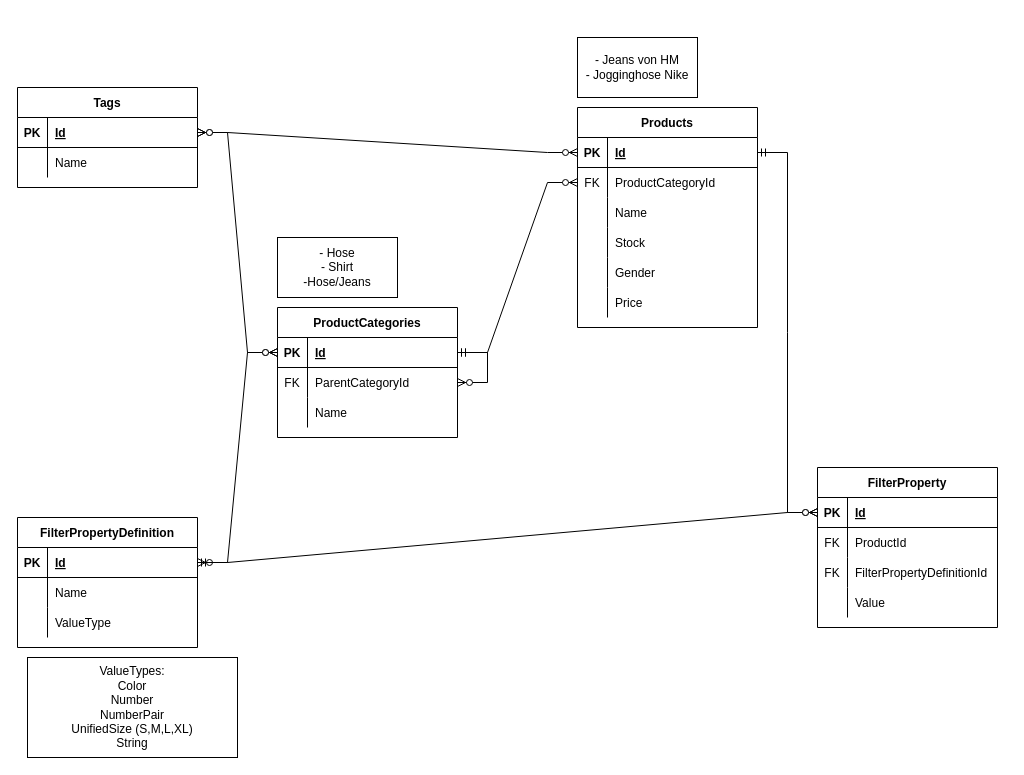
The draw.io diagram documentation/catalogue-service er diagram.drawio in deelk00/gca-project, before the edit. Source tidied: cells renumbered, new cells numbered last; positions are measured from the earlier drawing's top-left corner, leaving out a move shared by most shapes. Both pictures are drawn from the tidied source at 100%, with x=0, y=0 at pixel (17, 37).
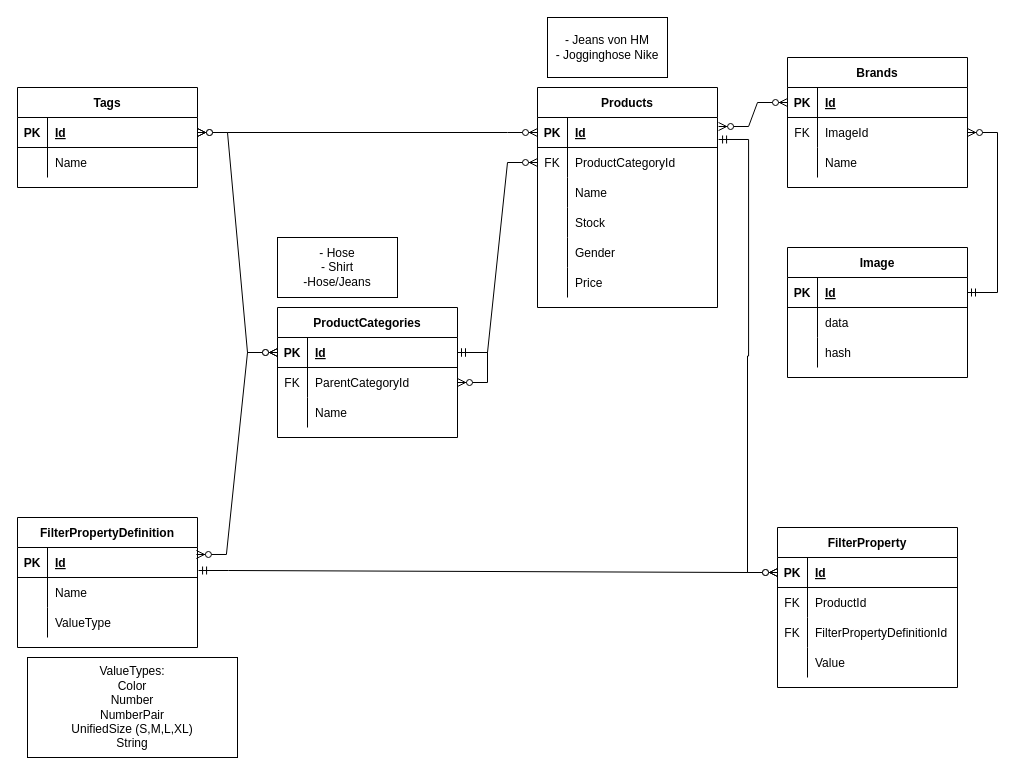
After the change.

The change refers to these unchanged cells:
```xml
<mxCell id="3" style="shape=tableRow;horizontal=0;startSize=0;swimlaneHead=0;swimlaneBody=0;fillColor=none;points=[[0,0.5],[1,0.5]];portConstraint=eastwest;top=0;left=0;right=0;bottom=1;" parent="2" vertex="1">
  <mxGeometry y="30" width="180" height="30" as="geometry" />
</mxCell>
<mxCell id="22" style="shape=tableRow;horizontal=0;startSize=0;swimlaneHead=0;swimlaneBody=0;fillColor=none;points=[[0,0.5],[1,0.5]];portConstraint=eastwest;top=0;left=0;right=0;bottom=1;" parent="21" vertex="1">
  <mxGeometry y="30" width="180" height="30" as="geometry" />
</mxCell>
<mxCell id="36" style="shape=tableRow;horizontal=0;startSize=0;swimlaneHead=0;swimlaneBody=0;fillColor=none;points=[[0,0.5],[1,0.5]];portConstraint=eastwest;top=0;left=0;right=0;bottom=1;" parent="35" vertex="1">
  <mxGeometry y="30" width="180" height="30" as="geometry" />
</mxCell>
<mxCell id="57" style="shape=tableRow;horizontal=0;startSize=0;swimlaneHead=0;swimlaneBody=0;fillColor=none;points=[[0,0.5],[1,0.5]];portConstraint=eastwest;top=0;left=0;right=0;bottom=1;" parent="56" vertex="1">
  <mxGeometry y="30" width="180" height="30" as="geometry" />
</mxCell>
```

Change to the diagram source:
```diff
@@
     <mxCell id="2" value="Products" style="shape=table;startSize=30;childLayout=tableLayout;rowLines=0;fontStyle=1;align=center;" parent="1" vertex="1">
-      <mxGeometry x="560" y="70" width="180" height="220" as="geometry" />
+      <mxGeometry x="520" y="50" width="180" height="220" as="geometry" />
     </mxCell>
@@
     <mxCell id="33" value="- Jeans von HM&lt;br&gt;- Jogginghose Nike" style="rounded=0;whiteSpace=wrap;html=1;" parent="1" vertex="1">
-      <mxGeometry x="560" width="120" height="60" as="geometry" />
+      <mxGeometry x="530" y="-20" width="120" height="60" as="geometry" />
     </mxCell>
@@
-    <mxCell id="55" style="edgeStyle=entityRelationEdgeStyle;fontSize=12;html=1;endArrow=ERzeroToMany;endFill=1;startArrow=ERzeroToMany;rounded=0;" parent="1" edge="1" source="36" target="22">
+    <mxCell id="55" style="edgeStyle=entityRelationEdgeStyle;fontSize=12;html=1;endArrow=ERzeroToMany;endFill=1;startArrow=ERzeroToMany;rounded=0;exitX=0.994;exitY=0.233;exitDx=0;exitDy=0;exitPerimeter=0;" parent="1" edge="1" source="36" target="22">
       <mxGeometry relative="1" as="geometry" />
     </mxCell>
     <mxCell id="56" value="FilterProperty" style="shape=table;startSize=30;childLayout=tableLayout;rowLines=0;fontStyle=1;align=center;" parent="1" vertex="1">
-      <mxGeometry x="800" y="430" width="180" height="160" as="geometry" />
+      <mxGeometry x="760" y="490" width="180" height="160" as="geometry" />
     </mxCell>
@@
-    <mxCell id="69" style="edgeStyle=entityRelationEdgeStyle;fontSize=12;html=1;endArrow=ERzeroToMany;startArrow=ERmandOne;rounded=0;" parent="1" edge="1" source="36" target="57">
+    <mxCell id="69" style="edgeStyle=entityRelationEdgeStyle;fontSize=12;html=1;endArrow=ERzeroToMany;startArrow=ERmandOne;rounded=0;exitX=1.006;exitY=0.767;exitDx=0;exitDy=0;exitPerimeter=0;" parent="1" edge="1" source="36" target="57">
       <mxGeometry relative="1" as="geometry" />
     </mxCell>
-    <mxCell id="70" style="edgeStyle=entityRelationEdgeStyle;fontSize=12;html=1;endArrow=ERzeroToMany;startArrow=ERmandOne;rounded=0;" parent="1" edge="1" source="3" target="57">
+    <mxCell id="70" style="edgeStyle=entityRelationEdgeStyle;fontSize=12;html=1;endArrow=ERzeroToMany;startArrow=ERmandOne;rounded=0;exitX=1.006;exitY=0.733;exitDx=0;exitDy=0;exitPerimeter=0;" parent="1" edge="1" source="3" target="57">
       <mxGeometry relative="1" as="geometry" />
     </mxCell>
+    <mxCell id="71" value="Brands" style="shape=table;startSize=30;childLayout=tableLayout;rowLines=0;fontStyle=1;align=center;" parent="1" vertex="1">
+      <mxGeometry x="770" y="20" width="180" height="130" as="geometry" />
+    </mxCell>
+    <mxCell id="72" style="shape=partialRectangle;fillColor=none;top=0;left=0;bottom=1;right=0;points=[[0,0.5],[1,0.5]];portConstraint=eastwest;" parent="71" vertex="1">
+      <mxGeometry y="30" width="180" height="30" as="geometry" />
+    </mxCell>
+    <mxCell id="73" value="PK" style="shape=partialRectangle;fillColor=none;top=0;left=0;bottom=0;right=0;fontStyle=1;overflow=hidden;" parent="72" vertex="1">
+      <mxGeometry width="30" height="30" as="geometry" />
+    </mxCell>
+    <mxCell id="74" value="Id" style="shape=partialRectangle;fillColor=none;top=0;left=0;bottom=0;right=0;align=left;spacingLeft=6;fontStyle=5;overflow=hidden;" parent="72" vertex="1">
+      <mxGeometry x="30" width="150" height="30" as="geometry" />
+    </mxCell>
+    <mxCell id="75" style="shape=partialRectangle;fillColor=none;top=0;left=0;bottom=0;right=0;points=[[0,0.5],[1,0.5]];portConstraint=eastwest;" parent="71" vertex="1">
+      <mxGeometry y="60" width="180" height="30" as="geometry" />
+    </mxCell>
+    <mxCell id="76" value="FK" style="shape=partialRectangle;fillColor=none;top=0;left=0;bottom=0;right=0;fontStyle=0;overflow=hidden;" parent="75" vertex="1">
+      <mxGeometry width="30" height="30" as="geometry" />
+    </mxCell>
+    <mxCell id="77" value="ImageId" style="shape=partialRectangle;fillColor=none;top=0;left=0;bottom=0;right=0;align=left;spacingLeft=6;fontStyle=0;overflow=hidden;" parent="75" vertex="1">
+      <mxGeometry x="30" width="150" height="30" as="geometry" />
+    </mxCell>
+    <mxCell id="78" style="shape=partialRectangle;fillColor=none;top=0;left=0;bottom=0;right=0;" parent="71" vertex="1">
+      <mxGeometry y="90" width="180" height="30" as="geometry" />
+    </mxCell>
+    <mxCell id="79" style="shape=partialRectangle;fillColor=none;top=0;left=0;bottom=0;right=0;overflow=hidden;" parent="78" vertex="1">
+      <mxGeometry width="30" height="30" as="geometry" />
+    </mxCell>
+    <mxCell id="80" value="Name" style="shape=partialRectangle;fillColor=none;top=0;left=0;bottom=0;right=0;align=left;spacingLeft=6;overflow=hidden;" parent="78" vertex="1">
+      <mxGeometry x="30" width="150" height="30" as="geometry" />
+    </mxCell>
+    <mxCell id="81" style="edgeStyle=entityRelationEdgeStyle;fontSize=12;html=1;endArrow=ERzeroToMany;endFill=1;startArrow=ERzeroToMany;rounded=0;exitX=1.006;exitY=0.3;exitDx=0;exitDy=0;exitPerimeter=0;" parent="1" edge="1" source="3" target="72">
+      <mxGeometry relative="1" as="geometry" />
+    </mxCell>
+    <mxCell id="82" value="Image" style="shape=table;startSize=30;childLayout=tableLayout;rowLines=0;fontStyle=1;align=center;" parent="1" vertex="1">
+      <mxGeometry x="770" y="210" width="180" height="130" as="geometry" />
+    </mxCell>
+    <mxCell id="83" style="shape=partialRectangle;fillColor=none;top=0;left=0;bottom=1;right=0;points=[[0,0.5],[1,0.5]];portConstraint=eastwest;" parent="82" vertex="1">
+      <mxGeometry y="30" width="180" height="30" as="geometry" />
+    </mxCell>
+    <mxCell id="84" value="PK" style="shape=partialRectangle;fillColor=none;top=0;left=0;bottom=0;right=0;fontStyle=1;overflow=hidden;" parent="83" vertex="1">
+      <mxGeometry width="30" height="30" as="geometry" />
+    </mxCell>
+    <mxCell id="85" value="Id" style="shape=partialRectangle;fillColor=none;top=0;left=0;bottom=0;right=0;align=left;spacingLeft=6;fontStyle=5;overflow=hidden;" parent="83" vertex="1">
+      <mxGeometry x="30" width="150" height="30" as="geometry" />
+    </mxCell>
+    <mxCell id="86" style="shape=partialRectangle;fillColor=none;top=0;left=0;bottom=0;right=0;" parent="82" vertex="1">
+      <mxGeometry y="60" width="180" height="30" as="geometry" />
+    </mxCell>
+    <mxCell id="87" style="shape=partialRectangle;fillColor=none;top=0;left=0;bottom=0;right=0;overflow=hidden;" parent="86" vertex="1">
+      <mxGeometry width="30" height="30" as="geometry" />
+    </mxCell>
+    <mxCell id="88" value="data" style="shape=partialRectangle;fillColor=none;top=0;left=0;bottom=0;right=0;align=left;spacingLeft=6;overflow=hidden;" parent="86" vertex="1">
+      <mxGeometry x="30" width="150" height="30" as="geometry" />
+    </mxCell>
+    <mxCell id="89" style="shape=partialRectangle;fillColor=none;top=0;left=0;bottom=0;right=0;" parent="82" vertex="1">
+      <mxGeometry y="90" width="180" height="30" as="geometry" />
+    </mxCell>
+    <mxCell id="90" style="shape=partialRectangle;fillColor=none;top=0;left=0;bottom=0;right=0;overflow=hidden;" parent="89" vertex="1">
+      <mxGeometry width="30" height="30" as="geometry" />
+    </mxCell>
+    <mxCell id="91" value="hash" style="shape=partialRectangle;fillColor=none;top=0;left=0;bottom=0;right=0;align=left;spacingLeft=6;overflow=hidden;" parent="89" vertex="1">
+      <mxGeometry x="30" width="150" height="30" as="geometry" />
+    </mxCell>
+    <mxCell id="92" style="edgeStyle=entityRelationEdgeStyle;fontSize=12;html=1;endArrow=ERzeroToMany;startArrow=ERmandOne;rounded=0;" parent="1" edge="1" source="83" target="75">
+      <mxGeometry relative="1" as="geometry" />
+    </mxCell>
```
